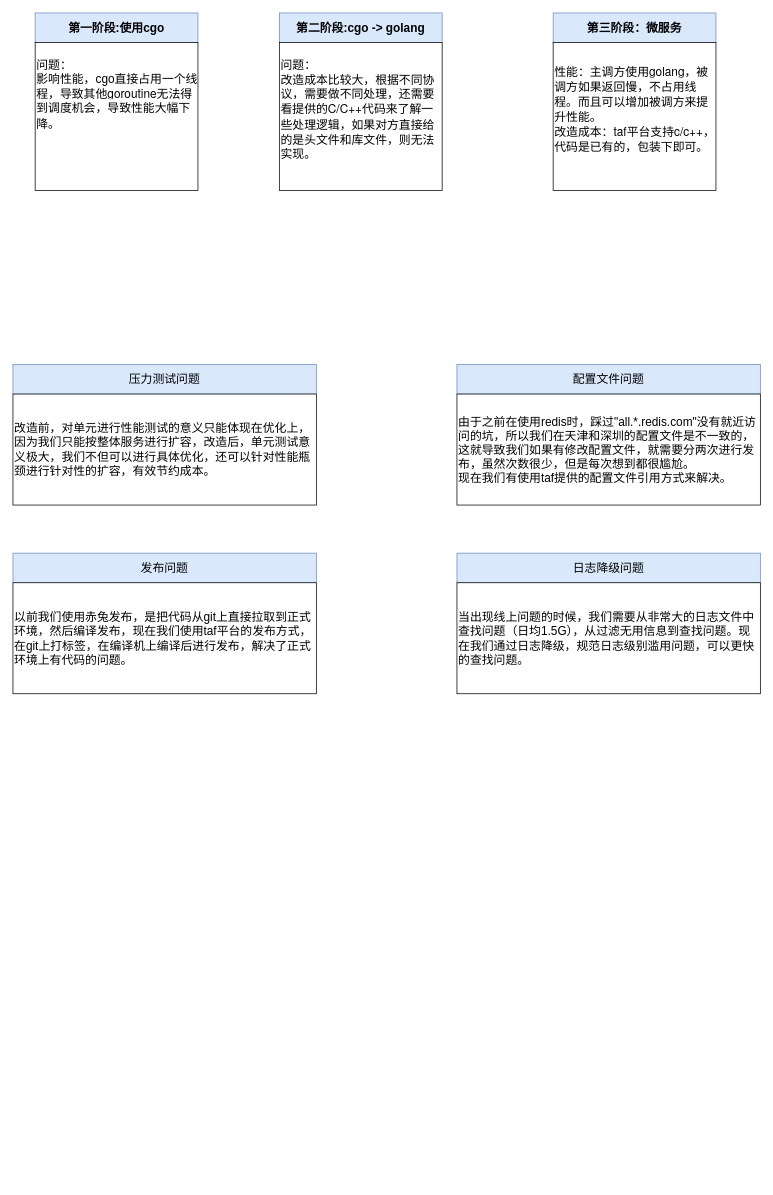
The draw.io diagram cgo问题_20190902.drawio in SaturnRings/draw, before the edit. Source tidied: cells renumbered, new cells numbered last; positions are measured from the earlier drawing's top-left corner, leaving out a move shared by most shapes. Both pictures are drawn from the tidied source at 74%, with x=0, y=0 at pixel (13, 13).
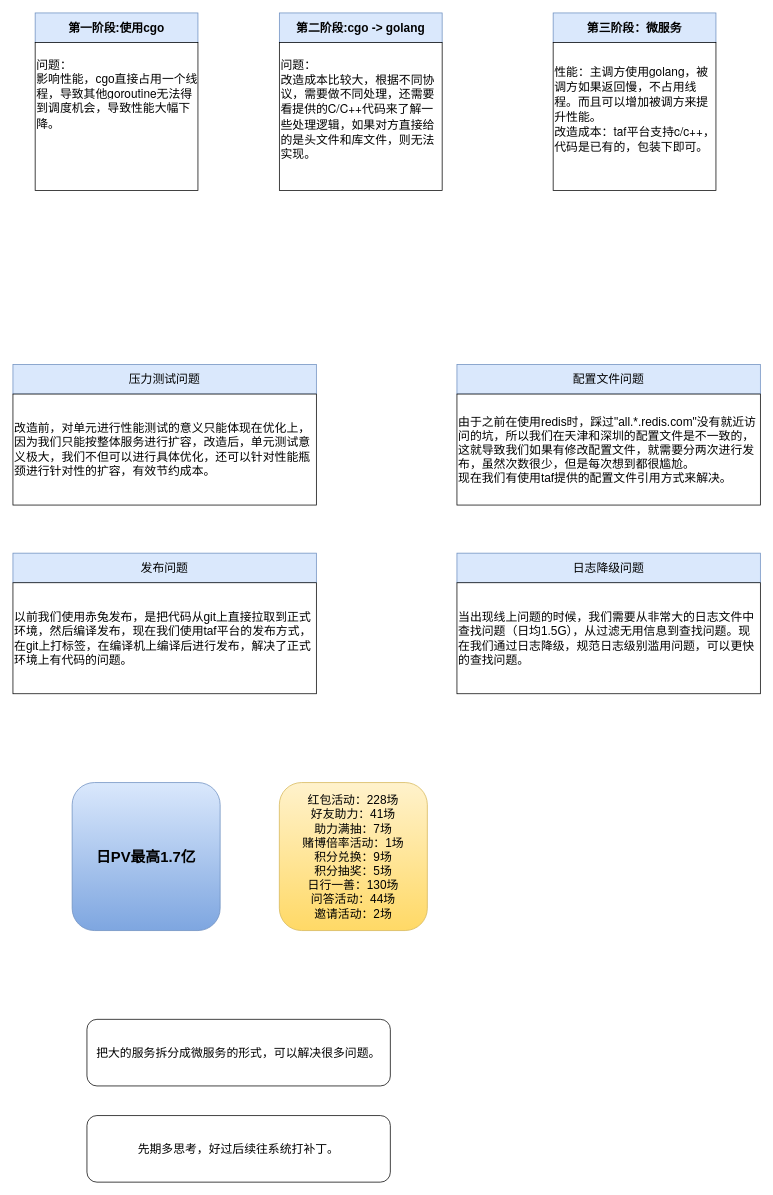
Above is the later version.

The edit, as a diff of the source:
```diff
@@
 <mxGraphModel>
   <root>
     <mxCell id="0" />
     <mxCell id="1" parent="0" />
     <mxCell id="2" value="第一阶段:使用cgo" style="rounded=0;whiteSpace=wrap;html=1;fillColor=#dae8fc;strokeColor=#6c8ebf;fontSize=16;fontStyle=1;" parent="1" vertex="1">
       <mxGeometry x="30" width="220" height="40" as="geometry" />
     </mxCell>
     <mxCell id="3" value="问题：&lt;br&gt;影响性能，cgo直接占用一个线程，导致其他&lt;span style=&quot;font-family: &amp;#34;helvetica neue&amp;#34; , &amp;#34;luxi sans&amp;#34; , &amp;#34;dejavu sans&amp;#34; , &amp;#34;tahoma&amp;#34; , &amp;#34;hiragino sans gb&amp;#34; , &amp;#34;microsoft yahei&amp;#34; , sans-serif ; font-size: 16px ; background-color: rgb(255 , 255 , 255)&quot;&gt;goroutine无法得到调度机会，导致性能大幅下降。&lt;br&gt;&lt;br&gt;&lt;br&gt;&lt;br style=&quot;font-size: 16px&quot;&gt;&lt;/span&gt;" style="rounded=0;whiteSpace=wrap;html=1;fontSize=16;align=left;" parent="1" vertex="1">
       <mxGeometry x="30" y="40" width="220" height="200" as="geometry" />
     </mxCell>
     <mxCell id="4" value="第二阶段:cgo -&amp;gt; golang" style="rounded=0;whiteSpace=wrap;html=1;fillColor=#dae8fc;strokeColor=#6c8ebf;fontSize=16;fontStyle=1;" parent="1" vertex="1">
       <mxGeometry x="360" width="220" height="40" as="geometry" />
     </mxCell>
     <mxCell id="5" value="&lt;span style=&quot;font-family: &amp;#34;helvetica neue&amp;#34; , &amp;#34;luxi sans&amp;#34; , &amp;#34;dejavu sans&amp;#34; , &amp;#34;tahoma&amp;#34; , &amp;#34;hiragino sans gb&amp;#34; , &amp;#34;microsoft yahei&amp;#34; , sans-serif ; font-size: 16px ; background-color: rgb(255 , 255 , 255)&quot;&gt;问题：&lt;br&gt;改造成本比较大，根据不同协议，需要做不同处理，还需要看提供的C/C++代码来了解一些处理逻辑，如果对方直接给的是头文件和库文件，则无法实现。&lt;br&gt;&lt;br style=&quot;font-size: 16px&quot;&gt;&lt;/span&gt;" style="rounded=0;whiteSpace=wrap;html=1;fontSize=16;align=left;" parent="1" vertex="1">
       <mxGeometry x="360" y="40" width="220" height="200" as="geometry" />
     </mxCell>
     <mxCell id="6" value="第三阶段：微服务" style="rounded=0;whiteSpace=wrap;html=1;fillColor=#dae8fc;strokeColor=#6c8ebf;fontSize=16;fontStyle=1;" parent="1" vertex="1">
       <mxGeometry x="730" width="220" height="40" as="geometry" />
     </mxCell>
     <mxCell id="7" value="&lt;span style=&quot;font-family: &amp;#34;helvetica neue&amp;#34; , &amp;#34;luxi sans&amp;#34; , &amp;#34;dejavu sans&amp;#34; , &amp;#34;tahoma&amp;#34; , &amp;#34;hiragino sans gb&amp;#34; , &amp;#34;microsoft yahei&amp;#34; , sans-serif ; font-size: 16px ; background-color: rgb(255 , 255 , 255)&quot;&gt;性能：主调方使用golang，被调方如果返回慢，不占用线程。而且可以增加被调方来提升性能。&lt;br&gt;改造成本：taf平台支持c/c++，代码是已有的，包装下即可。&lt;br&gt;&lt;br style=&quot;font-size: 16px&quot;&gt;&lt;/span&gt;" style="rounded=0;whiteSpace=wrap;html=1;fontSize=16;align=left;" parent="1" vertex="1">
       <mxGeometry x="730" y="40" width="220" height="200" as="geometry" />
     </mxCell>
     <mxCell id="8" value="压力测试问题" style="rounded=0;whiteSpace=wrap;html=1;fontSize=16;align=center;fillColor=#dae8fc;strokeColor=#6c8ebf;" parent="1" vertex="1">
       <mxGeometry y="475" width="410" height="40" as="geometry" />
     </mxCell>
     <mxCell id="9" value="改造前，对单元进行性能测试的意义只能体现在优化上，因为我们只能按整体服务进行扩容，改造后，单元测试意义极大，我们不但可以进行具体优化，还可以针对性能瓶颈进行针对性的扩容，有效节约成本。" style="rounded=0;whiteSpace=wrap;html=1;fontSize=16;align=left;" parent="1" vertex="1">
       <mxGeometry y="515" width="410" height="150" as="geometry" />
     </mxCell>
     <mxCell id="10" value="配置文件问题" style="rounded=0;whiteSpace=wrap;html=1;fontSize=16;align=center;fillColor=#dae8fc;strokeColor=#6c8ebf;" parent="1" vertex="1">
       <mxGeometry x="600" y="475" width="410" height="40" as="geometry" />
     </mxCell>
     <mxCell id="11" value="由于之前在使用redis时，踩过&quot;all.*.redis.com&quot;没有就近访问的坑，所以我们在天津和深圳的配置文件是不一致的，这就导致我们如果有修改配置文件，就需要分两次进行发布，虽然次数很少，但是每次想到都很尴尬。&lt;br&gt;现在我们有使用taf提供的配置文件引用方式来解决。" style="rounded=0;whiteSpace=wrap;html=1;fontSize=16;align=left;" parent="1" vertex="1">
       <mxGeometry x="600" y="515" width="410" height="150" as="geometry" />
     </mxCell>
     <mxCell id="12" value="发布问题" style="rounded=0;whiteSpace=wrap;html=1;fontSize=16;align=center;fillColor=#dae8fc;strokeColor=#6c8ebf;" parent="1" vertex="1">
       <mxGeometry y="730" width="410" height="40" as="geometry" />
     </mxCell>
     <mxCell id="13" value="以前我们使用赤兔发布，是把代码从git上直接拉取到正式环境，然后编译发布，现在我们使用taf平台的发布方式，在git上打标签，在编译机上编译后进行发布，解决了正式环境上有代码的问题。" style="rounded=0;whiteSpace=wrap;html=1;fontSize=16;align=left;" parent="1" vertex="1">
       <mxGeometry y="770" width="410" height="150" as="geometry" />
     </mxCell>
     <mxCell id="14" value="日志降级问题" style="rounded=0;whiteSpace=wrap;html=1;fontSize=16;align=center;fillColor=#dae8fc;strokeColor=#6c8ebf;" parent="1" vertex="1">
       <mxGeometry x="600" y="730" width="410" height="40" as="geometry" />
     </mxCell>
     <mxCell id="15" value="当出现线上问题的时候，我们需要从非常大的日志文件中查找问题（日均1.5G），从过滤无用信息到查找问题。现在我们通过日志降级，规范日志级别滥用问题，可以更快的查找问题。" style="rounded=0;whiteSpace=wrap;html=1;fontSize=16;align=left;" parent="1" vertex="1">
       <mxGeometry x="600" y="770" width="410" height="150" as="geometry" />
     </mxCell>
+    <mxCell id="16" value="红包活动：228场&lt;br&gt;好友助力：41场&lt;br&gt;助力满抽：7场&lt;br&gt;赌博倍率活动：1场&lt;br&gt;积分兑换：9场&lt;br&gt;积分抽奖：5场&lt;br&gt;日行一善：130场&lt;br&gt;问答活动：44场&lt;br&gt;邀请活动：2场" style="rounded=1;whiteSpace=wrap;html=1;fontSize=16;align=center;gradientColor=#ffd966;fillColor=#fff2cc;strokeColor=#d6b656;" parent="1" vertex="1">
+      <mxGeometry x="360" y="1040" width="200" height="200" as="geometry" />
+    </mxCell>
+    <mxCell id="17" value="&lt;font style=&quot;font-size: 20px&quot;&gt;&lt;b&gt;日PV最高1.7亿&lt;/b&gt;&lt;/font&gt;" style="rounded=1;whiteSpace=wrap;html=1;fontSize=16;align=center;gradientColor=#7ea6e0;fillColor=#dae8fc;strokeColor=#6c8ebf;" parent="1" vertex="1">
+      <mxGeometry x="80" y="1040" width="200" height="200" as="geometry" />
+    </mxCell>
+    <mxCell id="18" value="把大的服务拆分成微服务的形式，可以解决很多问题。" style="rounded=1;whiteSpace=wrap;html=1;fontSize=16;align=center;" parent="1" vertex="1">
+      <mxGeometry x="100" y="1360" width="410" height="90" as="geometry" />
+    </mxCell>
+    <mxCell id="19" value="先期多思考，好过后续往系统打补丁。" style="rounded=1;whiteSpace=wrap;html=1;fontSize=16;align=center;" parent="1" vertex="1">
+      <mxGeometry x="100" y="1490" width="410" height="90" as="geometry" />
+    </mxCell>
   </root>
 </mxGraphModel>
```
